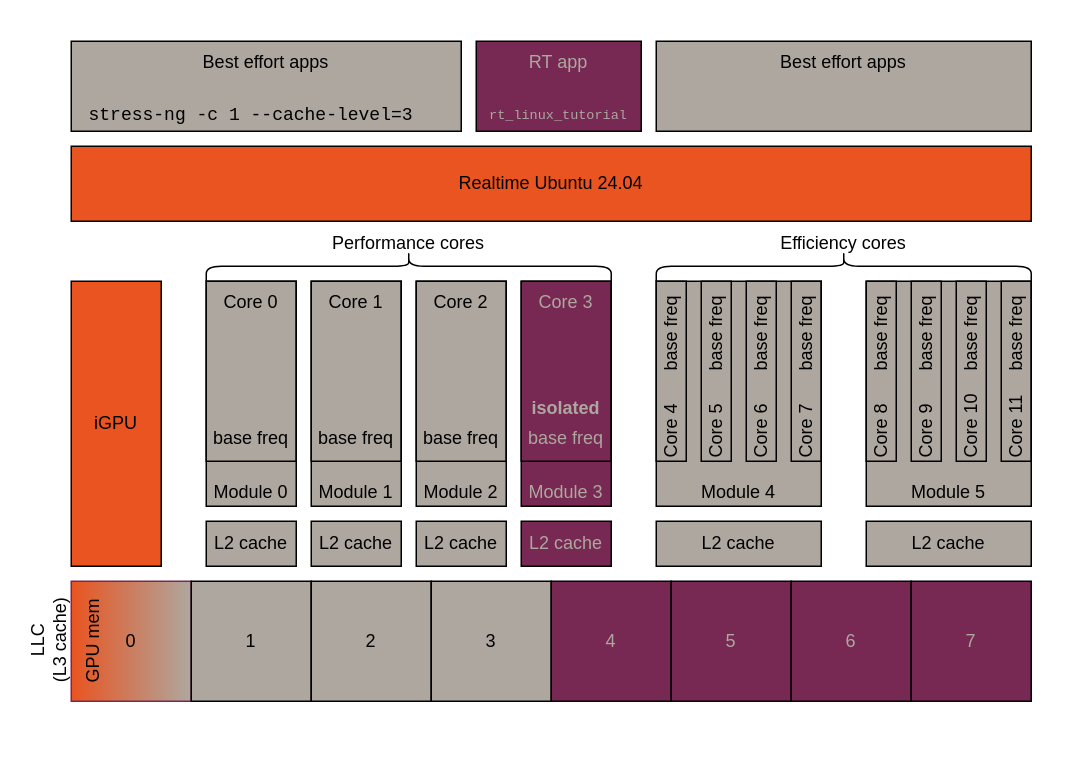
Before: docs/diagram_sources/tcc_setup_CAT_isol.drawio.xml in canonical/real-time-ubuntu-docs, a draw.io diagram. Source tidied: cells renumbered, new cells numbered last; positions are measured from the earlier drawing's top-left corner, leaving out a move shared by most shapes. Both pictures are drawn from the tidied source at 150%, with x=0, y=0 at pixel (26, 40).
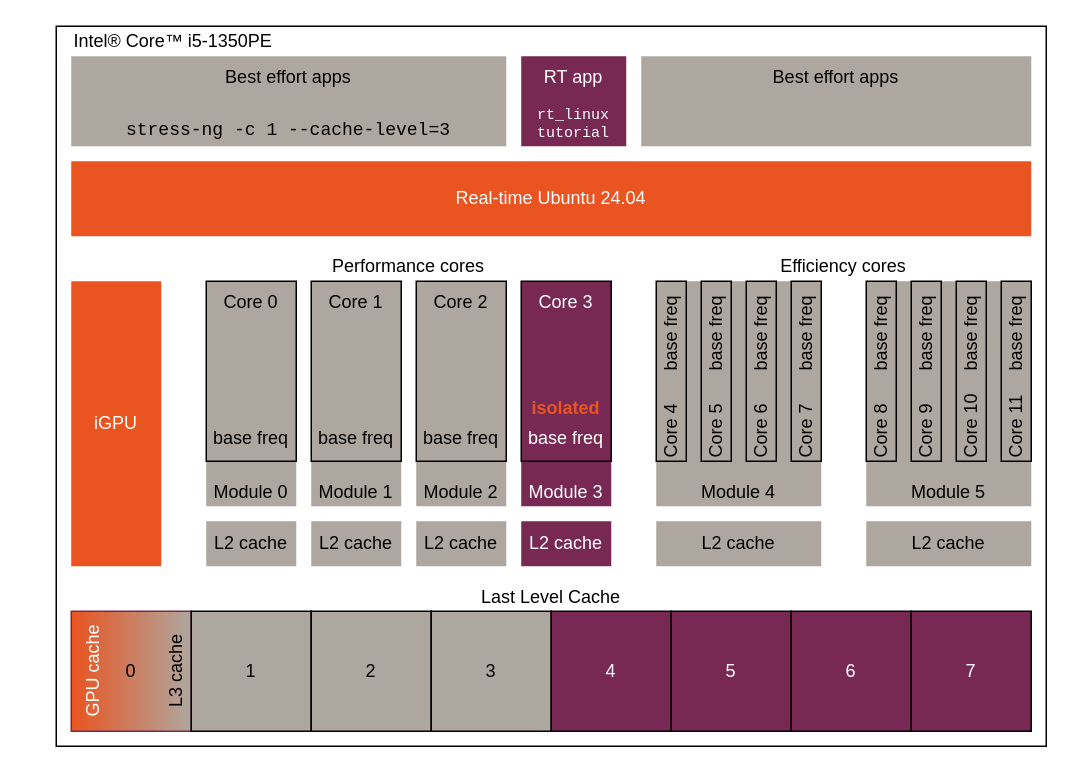
The same diagram, later.

Commit message (it also covers changes not shown here):
Update images to "Real-time Ubuntu"

The edit, as a diff of the source:
```diff
@@
+    <mxCell id="60" style="rounded=0;whiteSpace=wrap;html=1;" parent="1" vertex="1">
+      <mxGeometry x="20" y="-10" width="660" height="480" as="geometry" />
+    </mxCell>
-    <mxCell id="2" value="Module 2" style="rounded=0;whiteSpace=wrap;html=1;verticalAlign=bottom;fontFamily=Ubuntu;fillColor=#AEA79F;" parent="1" vertex="1">
+    <mxCell id="2" value="Module 2" style="rounded=0;whiteSpace=wrap;html=1;verticalAlign=bottom;fontFamily=Ubuntu;fillColor=#AEA79F;strokeColor=none;" parent="1" vertex="1">
       <mxGeometry x="260" y="160" width="60" height="150" as="geometry" />
     </mxCell>
-    <mxCell id="3" value="Module 1" style="rounded=0;whiteSpace=wrap;html=1;verticalAlign=bottom;fontFamily=Ubuntu;fillColor=#AEA79F;" parent="1" vertex="1">
+    <mxCell id="3" value="Module 1" style="rounded=0;whiteSpace=wrap;html=1;verticalAlign=bottom;fontFamily=Ubuntu;fillColor=#AEA79F;strokeColor=none;" parent="1" vertex="1">
       <mxGeometry x="190" y="160" width="60" height="150" as="geometry" />
     </mxCell>
-    <mxCell id="4" value="Module 0" style="rounded=0;whiteSpace=wrap;html=1;verticalAlign=bottom;fontFamily=Ubuntu;fillColor=#AEA79F;" parent="1" vertex="1">
+    <mxCell id="4" value="Module 0" style="rounded=0;whiteSpace=wrap;html=1;verticalAlign=bottom;fontFamily=Ubuntu;fillColor=#AEA79F;strokeColor=none;" parent="1" vertex="1">
       <mxGeometry x="120" y="160" width="60" height="150" as="geometry" />
     </mxCell>
-    <mxCell id="5" value="Module 3" style="rounded=0;whiteSpace=wrap;html=1;verticalAlign=bottom;fontFamily=Ubuntu;fillColor=#772953;fillStyle=solid;gradientColor=none;gradientDirection=east;fontColor=#AEA79F;" parent="1" vertex="1">
+    <mxCell id="5" value="Module 3" style="rounded=0;whiteSpace=wrap;html=1;verticalAlign=bottom;fontFamily=Ubuntu;fillColor=#772953;fillStyle=solid;gradientColor=none;gradientDirection=east;fontColor=#FFFFFF;strokeColor=none;" parent="1" vertex="1">
       <mxGeometry x="330" y="160" width="60" height="150" as="geometry" />
     </mxCell>
     <mxCell id="6" value="0" style="whiteSpace=wrap;html=1;fontFamily=Ubuntu;fillStyle=solid;fillColor=#AEA79F;gradientColor=#E95420;strokeColor=#772953;rounded=0;shadow=0;glass=0;gradientDirection=west;" parent="1" vertex="1">
-      <mxGeometry x="30" y="360" width="80" height="80" as="geometry" />
+      <mxGeometry x="30" y="380" width="80" height="80" as="geometry" />
     </mxCell>
     <mxCell id="7" value="1" style="whiteSpace=wrap;html=1;fontFamily=Ubuntu;fillColor=#AEA79F;" parent="1" vertex="1">
-      <mxGeometry x="110" y="360" width="80" height="80" as="geometry" />
+      <mxGeometry x="110" y="380" width="80" height="80" as="geometry" />
     </mxCell>
     <mxCell id="8" value="2" style="whiteSpace=wrap;html=1;fontFamily=Ubuntu;fillColor=#AEA79F;" parent="1" vertex="1">
-      <mxGeometry x="190" y="360" width="80" height="80" as="geometry" />
+      <mxGeometry x="190" y="380" width="80" height="80" as="geometry" />
     </mxCell>
     <mxCell id="9" value="3" style="whiteSpace=wrap;html=1;fontFamily=Ubuntu;fillColor=#AEA79F;" parent="1" vertex="1">
-      <mxGeometry x="270" y="360" width="80" height="80" as="geometry" />
+      <mxGeometry x="270" y="380" width="80" height="80" as="geometry" />
     </mxCell>
-    <mxCell id="10" value="4" style="whiteSpace=wrap;html=1;fontFamily=Ubuntu;fillColor=#772953;fontColor=#AEA79F;" parent="1" vertex="1">
-      <mxGeometry x="350" y="360" width="80" height="80" as="geometry" />
+    <mxCell id="10" value="4" style="whiteSpace=wrap;html=1;fontFamily=Ubuntu;fillColor=#772953;fontColor=#FFFFFF;" parent="1" vertex="1">
+      <mxGeometry x="350" y="380" width="80" height="80" as="geometry" />
     </mxCell>
-    <mxCell id="11" value="5" style="whiteSpace=wrap;html=1;fontFamily=Ubuntu;fillColor=#772953;fontColor=#AEA79F;" parent="1" vertex="1">
-      <mxGeometry x="430" y="360" width="80" height="80" as="geometry" />
+    <mxCell id="11" value="5" style="whiteSpace=wrap;html=1;fontFamily=Ubuntu;fillColor=#772953;fontColor=#FFFFFF;" parent="1" vertex="1">
+      <mxGeometry x="430" y="380" width="80" height="80" as="geometry" />
     </mxCell>
-    <mxCell id="12" value="6" style="whiteSpace=wrap;html=1;fontFamily=Ubuntu;fillColor=#772953;fontColor=#AEA79F;" parent="1" vertex="1">
-      <mxGeometry x="510" y="360" width="80" height="80" as="geometry" />
+    <mxCell id="12" value="6" style="whiteSpace=wrap;html=1;fontFamily=Ubuntu;fillColor=#772953;fontColor=#FFFFFF;" parent="1" vertex="1">
+      <mxGeometry x="510" y="380" width="80" height="80" as="geometry" />
     </mxCell>
-    <mxCell id="13" value="7" style="whiteSpace=wrap;html=1;fontFamily=Ubuntu;fillColor=#772953;fontColor=#AEA79F;" parent="1" vertex="1">
-      <mxGeometry x="590" y="360" width="80" height="80" as="geometry" />
+    <mxCell id="13" value="7" style="whiteSpace=wrap;html=1;fontFamily=Ubuntu;fillColor=#772953;fontColor=#FFFFFF;" parent="1" vertex="1">
+      <mxGeometry x="590" y="380" width="80" height="80" as="geometry" />
     </mxCell>
-    <mxCell id="14" value="iGPU" style="rounded=0;whiteSpace=wrap;html=1;fontFamily=Ubuntu;fillColor=#E95420;" parent="1" vertex="1">
+    <mxCell id="14" value="iGPU" style="rounded=0;whiteSpace=wrap;html=1;fontFamily=Ubuntu;fillColor=#E95420;strokeColor=none;fontColor=#FFFFFF;" parent="1" vertex="1">
       <mxGeometry x="30" y="160" width="60" height="190" as="geometry" />
     </mxCell>
@@
-    <mxCell id="18" value="Core 3" style="rounded=0;whiteSpace=wrap;html=1;fontFamily=Ubuntu;verticalAlign=top;fillColor=none;fillStyle=hatch;gradientDirection=east;strokeColor=default;fontColor=#AEA79F;" parent="1" vertex="1">
+    <mxCell id="18" value="Core 3" style="rounded=0;whiteSpace=wrap;html=1;fontFamily=Ubuntu;verticalAlign=top;fillColor=none;fillStyle=hatch;gradientDirection=east;strokeColor=default;fontColor=#FFFFFF;" parent="1" vertex="1">
       <mxGeometry x="330" y="160" width="60" height="120" as="geometry" />
     </mxCell>
-    <mxCell id="19" value="L2 cache" style="rounded=0;whiteSpace=wrap;html=1;fontFamily=Ubuntu;fillColor=#AEA79F;" parent="1" vertex="1">
-      <mxGeometry x="420" y="320" width="110" height="30" as="geometry" />
-    </mxCell>
-    <mxCell id="20" value="L2 cache" style="rounded=0;whiteSpace=wrap;html=1;fontFamily=Ubuntu;fillColor=#AEA79F;" parent="1" vertex="1">
-      <mxGeometry x="560" y="320" width="110" height="30" as="geometry" />
-    </mxCell>
+    <mxCell id="61" value="L2 cache" style="rounded=0;whiteSpace=wrap;html=1;fontFamily=Ubuntu;fillColor=#AEA79F;strokeColor=none;" parent="1" vertex="1">
+      <mxGeometry x="420" y="320" width="110" height="30" as="geometry" />
+    </mxCell>
+    <mxCell id="62" value="L2 cache" style="rounded=0;whiteSpace=wrap;html=1;fontFamily=Ubuntu;fillColor=#AEA79F;strokeColor=none;" parent="1" vertex="1">
+      <mxGeometry x="560" y="320" width="110" height="30" as="geometry" />
+    </mxCell>
-    <mxCell id="21" value="Module 4" style="rounded=0;whiteSpace=wrap;html=1;verticalAlign=bottom;fontFamily=Ubuntu;fillColor=#AEA79F;" parent="1" vertex="1">
+    <mxCell id="21" value="Module 4" style="rounded=0;whiteSpace=wrap;html=1;verticalAlign=bottom;fontFamily=Ubuntu;fillColor=#AEA79F;strokeColor=none;" parent="1" vertex="1">
       <mxGeometry x="420" y="160" width="110" height="150" as="geometry" />
     </mxCell>
-    <mxCell id="22" value="Module 5" style="rounded=0;whiteSpace=wrap;html=1;verticalAlign=bottom;fontFamily=Ubuntu;fillColor=#AEA79F;" parent="1" vertex="1">
+    <mxCell id="22" value="Module 5" style="rounded=0;whiteSpace=wrap;html=1;verticalAlign=bottom;fontFamily=Ubuntu;fillColor=#AEA79F;strokeColor=none;" parent="1" vertex="1">
       <mxGeometry x="560" y="160" width="110" height="150" as="geometry" />
     </mxCell>
@@
-    <mxCell id="31" value="L2 cache" style="rounded=0;whiteSpace=wrap;html=1;fontFamily=Ubuntu;fillColor=#AEA79F;" parent="1" vertex="1">
-      <mxGeometry x="120" y="320" width="60" height="30" as="geometry" />
-    </mxCell>
-    <mxCell id="32" value="L2 cache" style="rounded=0;whiteSpace=wrap;html=1;fontFamily=Ubuntu;fillColor=#AEA79F;" parent="1" vertex="1">
-      <mxGeometry x="190" y="320" width="60" height="30" as="geometry" />
-    </mxCell>
-    <mxCell id="33" value="L2 cache" style="rounded=0;whiteSpace=wrap;html=1;fontFamily=Ubuntu;fillColor=#AEA79F;" parent="1" vertex="1">
-      <mxGeometry x="260" y="320" width="60" height="30" as="geometry" />
-    </mxCell>
-    <mxCell id="34" value="L2 cache" style="rounded=0;whiteSpace=wrap;html=1;fontFamily=Ubuntu;fillColor=#772953;fillStyle=solid;strokeWidth=1;gradientColor=none;gradientDirection=east;fontColor=#AEA79F;" parent="1" vertex="1">
-      <mxGeometry x="330" y="320" width="60" height="30" as="geometry" />
-    </mxCell>
-    <mxCell id="35" value="LLC&lt;div&gt;(L3 cache)&lt;/div&gt;" style="text;html=1;align=center;verticalAlign=middle;whiteSpace=wrap;rounded=0;horizontal=0;fontFamily=Ubuntu;" parent="1" vertex="1">
-      <mxGeometry y="352.5" width="30" height="95" as="geometry" />
-    </mxCell>
-    <mxCell id="36" value="Realtime Ubuntu 24.04" style="rounded=0;whiteSpace=wrap;html=1;fontFamily=Ubuntu;verticalAlign=middle;fillColor=#E95420;" parent="1" vertex="1">
-      <mxGeometry x="30" y="70" width="640" height="50" as="geometry" />
-    </mxCell>
-    <mxCell id="37" value="Best effort apps" style="rounded=0;whiteSpace=wrap;html=1;fontFamily=Ubuntu;verticalAlign=top;fillColor=#AEA79F;" parent="1" vertex="1">
-      <mxGeometry x="30" width="260" height="60" as="geometry" />
-    </mxCell>
-    <mxCell id="38" value="Best effort apps" style="rounded=0;whiteSpace=wrap;html=1;fontFamily=Ubuntu;verticalAlign=top;fillColor=#AEA79F;" parent="1" vertex="1">
-      <mxGeometry x="420" width="250" height="60" as="geometry" />
-    </mxCell>
+    <mxCell id="63" value="L2 cache" style="rounded=0;whiteSpace=wrap;html=1;fontFamily=Ubuntu;fillColor=#AEA79F;strokeColor=none;" parent="1" vertex="1">
+      <mxGeometry x="120" y="320" width="60" height="30" as="geometry" />
+    </mxCell>
+    <mxCell id="64" value="L2 cache" style="rounded=0;whiteSpace=wrap;html=1;fontFamily=Ubuntu;fillColor=#AEA79F;strokeColor=none;" parent="1" vertex="1">
+      <mxGeometry x="190" y="320" width="60" height="30" as="geometry" />
+    </mxCell>
+    <mxCell id="65" value="L2 cache" style="rounded=0;whiteSpace=wrap;html=1;fontFamily=Ubuntu;fillColor=#AEA79F;strokeColor=none;" parent="1" vertex="1">
+      <mxGeometry x="260" y="320" width="60" height="30" as="geometry" />
+    </mxCell>
+    <mxCell id="66" value="L2 cache" style="rounded=0;whiteSpace=wrap;html=1;fontFamily=Ubuntu;fillColor=#772953;fillStyle=solid;strokeWidth=1;gradientColor=none;gradientDirection=east;fontColor=#FFFFFF;strokeColor=none;" parent="1" vertex="1">
+      <mxGeometry x="330" y="320" width="60" height="30" as="geometry" />
+    </mxCell>
+    <mxCell id="67" value="Last Level Cache" style="text;html=1;align=center;verticalAlign=middle;whiteSpace=wrap;rounded=0;horizontal=1;fontFamily=Ubuntu;" parent="1" vertex="1">
+      <mxGeometry x="30" y="362.5" width="640" height="17.5" as="geometry" />
+    </mxCell>
+    <mxCell id="68" value="Real-time Ubuntu 24.04" style="rounded=0;whiteSpace=wrap;html=1;fontFamily=Ubuntu;verticalAlign=middle;fillColor=#E95420;strokeColor=none;fontColor=#FFFFFF;" parent="1" vertex="1">
+      <mxGeometry x="30" y="80" width="640" height="50" as="geometry" />
+    </mxCell>
+    <mxCell id="69" value="Best effort apps" style="rounded=0;whiteSpace=wrap;html=1;fontFamily=Ubuntu;verticalAlign=top;fillColor=#AEA79F;strokeColor=none;" parent="1" vertex="1">
+      <mxGeometry x="30" y="10" width="290" height="60" as="geometry" />
+    </mxCell>
+    <mxCell id="70" value="Best effort apps" style="rounded=0;whiteSpace=wrap;html=1;fontFamily=Ubuntu;verticalAlign=top;fillColor=#AEA79F;strokeColor=none;" parent="1" vertex="1">
+      <mxGeometry x="410" y="10" width="260" height="60" as="geometry" />
+    </mxCell>
-    <mxCell id="39" value="RT app" style="rounded=0;whiteSpace=wrap;html=1;fontFamily=Ubuntu;verticalAlign=top;labelBackgroundColor=none;fillColor=#772953;fontColor=#AEA79F;" parent="1" vertex="1">
-      <mxGeometry x="300" width="110" height="60" as="geometry" />
+    <mxCell id="39" value="RT app" style="rounded=0;whiteSpace=wrap;html=1;fontFamily=Ubuntu;verticalAlign=top;labelBackgroundColor=none;fillColor=#772953;fontColor=#FFFFFF;strokeColor=none;" parent="1" vertex="1">
+      <mxGeometry x="330" y="10" width="70" height="60" as="geometry" />
     </mxCell>
-    <mxCell id="40" value="base freq" style="text;html=1;align=center;verticalAlign=middle;whiteSpace=wrap;rounded=0;fontFamily=Ubuntu;" parent="1" vertex="1">
-      <mxGeometry x="120" y="250" width="60" height="30" as="geometry" />
-    </mxCell>
-    <mxCell id="41" value="base freq" style="text;html=1;align=center;verticalAlign=middle;whiteSpace=wrap;rounded=0;fontFamily=Ubuntu;" parent="1" vertex="1">
-      <mxGeometry x="190" y="250" width="60" height="30" as="geometry" />
-    </mxCell>
-    <mxCell id="42" value="base freq" style="text;html=1;align=center;verticalAlign=middle;whiteSpace=wrap;rounded=0;fontFamily=Ubuntu;" parent="1" vertex="1">
-      <mxGeometry x="260" y="250" width="60" height="30" as="geometry" />
-    </mxCell>
-    <mxCell id="43" value="base freq" style="text;html=1;align=center;verticalAlign=middle;whiteSpace=wrap;rounded=0;fontFamily=Ubuntu;fontColor=#AEA79F;" parent="1" vertex="1">
-      <mxGeometry x="330" y="250" width="60" height="30" as="geometry" />
-    </mxCell>
-    <mxCell id="44" value="base freq" style="text;html=1;align=center;verticalAlign=middle;whiteSpace=wrap;rounded=0;horizontal=0;fontFamily=Ubuntu;" parent="1" vertex="1">
-      <mxGeometry x="420" y="160" width="20" height="70" as="geometry" />
-    </mxCell>
-    <mxCell id="45" value="base freq" style="text;html=1;align=center;verticalAlign=middle;whiteSpace=wrap;rounded=0;horizontal=0;fontFamily=Ubuntu;" parent="1" vertex="1">
-      <mxGeometry x="450" y="160" width="20" height="70" as="geometry" />
-    </mxCell>
-    <mxCell id="46" value="base freq" style="text;html=1;align=center;verticalAlign=middle;whiteSpace=wrap;rounded=0;horizontal=0;fontFamily=Ubuntu;" parent="1" vertex="1">
-      <mxGeometry x="480" y="160" width="20" height="70" as="geometry" />
-    </mxCell>
-    <mxCell id="47" value="base freq" style="text;html=1;align=center;verticalAlign=middle;whiteSpace=wrap;rounded=0;horizontal=0;fontFamily=Ubuntu;" parent="1" vertex="1">
-      <mxGeometry x="510" y="160" width="20" height="70" as="geometry" />
-    </mxCell>
-    <mxCell id="48" value="base freq" style="text;html=1;align=center;verticalAlign=middle;whiteSpace=wrap;rounded=0;horizontal=0;fontFamily=Ubuntu;" parent="1" vertex="1">
-      <mxGeometry x="560" y="160" width="20" height="70" as="geometry" />
-    </mxCell>
-    <mxCell id="49" value="base freq" style="text;html=1;align=center;verticalAlign=middle;whiteSpace=wrap;rounded=0;horizontal=0;fontFamily=Ubuntu;" parent="1" vertex="1">
-      <mxGeometry x="590" y="160" width="20" height="70" as="geometry" />
-    </mxCell>
-    <mxCell id="50" value="base freq" style="text;html=1;align=center;verticalAlign=middle;whiteSpace=wrap;rounded=0;horizontal=0;fontFamily=Ubuntu;" parent="1" vertex="1">
-      <mxGeometry x="620" y="160" width="20" height="70" as="geometry" />
-    </mxCell>
-    <mxCell id="51" value="base freq" style="text;html=1;align=center;verticalAlign=middle;whiteSpace=wrap;rounded=0;horizontal=0;fontFamily=Ubuntu;" parent="1" vertex="1">
-      <mxGeometry x="650" y="160" width="20" height="70" as="geometry" />
-    </mxCell>
+    <mxCell id="71" value="base freq" style="text;html=1;align=center;verticalAlign=middle;whiteSpace=wrap;rounded=0;fontFamily=Ubuntu;" parent="1" vertex="1">
+      <mxGeometry x="120" y="250" width="60" height="30" as="geometry" />
+    </mxCell>
+    <mxCell id="72" value="base freq" style="text;html=1;align=center;verticalAlign=middle;whiteSpace=wrap;rounded=0;fontFamily=Ubuntu;" parent="1" vertex="1">
+      <mxGeometry x="190" y="250" width="60" height="30" as="geometry" />
+    </mxCell>
+    <mxCell id="73" value="base freq" style="text;html=1;align=center;verticalAlign=middle;whiteSpace=wrap;rounded=0;fontFamily=Ubuntu;" parent="1" vertex="1">
+      <mxGeometry x="260" y="250" width="60" height="30" as="geometry" />
+    </mxCell>
+    <mxCell id="74" value="base freq" style="text;html=1;align=center;verticalAlign=middle;whiteSpace=wrap;rounded=0;horizontal=0;fontFamily=Ubuntu;" parent="1" vertex="1">
+      <mxGeometry x="420" y="160" width="20" height="70" as="geometry" />
+    </mxCell>
+    <mxCell id="75" value="base freq" style="text;html=1;align=center;verticalAlign=middle;whiteSpace=wrap;rounded=0;horizontal=0;fontFamily=Ubuntu;" parent="1" vertex="1">
+      <mxGeometry x="450" y="160" width="20" height="70" as="geometry" />
+    </mxCell>
+    <mxCell id="76" value="base freq" style="text;html=1;align=center;verticalAlign=middle;whiteSpace=wrap;rounded=0;horizontal=0;fontFamily=Ubuntu;" parent="1" vertex="1">
+      <mxGeometry x="480" y="160" width="20" height="70" as="geometry" />
+    </mxCell>
+    <mxCell id="77" value="base freq" style="text;html=1;align=center;verticalAlign=middle;whiteSpace=wrap;rounded=0;horizontal=0;fontFamily=Ubuntu;" parent="1" vertex="1">
+      <mxGeometry x="510" y="160" width="20" height="70" as="geometry" />
+    </mxCell>
+    <mxCell id="78" value="base freq" style="text;html=1;align=center;verticalAlign=middle;whiteSpace=wrap;rounded=0;horizontal=0;fontFamily=Ubuntu;" parent="1" vertex="1">
+      <mxGeometry x="560" y="160" width="20" height="70" as="geometry" />
+    </mxCell>
+    <mxCell id="79" value="base freq" style="text;html=1;align=center;verticalAlign=middle;whiteSpace=wrap;rounded=0;horizontal=0;fontFamily=Ubuntu;" parent="1" vertex="1">
+      <mxGeometry x="590" y="160" width="20" height="70" as="geometry" />
+    </mxCell>
+    <mxCell id="80" value="base freq" style="text;html=1;align=center;verticalAlign=middle;whiteSpace=wrap;rounded=0;horizontal=0;fontFamily=Ubuntu;" parent="1" vertex="1">
+      <mxGeometry x="620" y="160" width="20" height="70" as="geometry" />
+    </mxCell>
+    <mxCell id="81" value="base freq" style="text;html=1;align=center;verticalAlign=middle;whiteSpace=wrap;rounded=0;horizontal=0;fontFamily=Ubuntu;" parent="1" vertex="1">
+      <mxGeometry x="650" y="160" width="20" height="70" as="geometry" />
+    </mxCell>
-    <mxCell id="52" value="stress-ng -c 1 --cache-level=3" style="text;html=1;align=left;verticalAlign=middle;whiteSpace=wrap;rounded=0;fontFamily=Courier New;" parent="1" vertex="1">
-      <mxGeometry x="40" y="40" width="280" height="20" as="geometry" />
+    <mxCell id="52" value="stress-ng -c 1 --cache-level=3" style="text;html=1;align=center;verticalAlign=middle;whiteSpace=wrap;rounded=0;fontFamily=Courier New;" parent="1" vertex="1">
+      <mxGeometry x="30" y="50" width="290" height="20" as="geometry" />
     </mxCell>
-    <mxCell id="53" value="rt_linux_tutorial" style="text;html=1;align=center;verticalAlign=middle;whiteSpace=wrap;rounded=0;fontFamily=Courier New;fontSize=9;fontColor=#AEA79F;" parent="1" vertex="1">
-      <mxGeometry x="300" y="40" width="110" height="20" as="geometry" />
-    </mxCell>
-    <mxCell id="54" style="shape=curlyBracket;whiteSpace=wrap;html=1;rounded=1;labelPosition=left;verticalLabelPosition=middle;align=right;verticalAlign=middle;rotation=90;fontFamily=Ubuntu;" parent="1" vertex="1">
-      <mxGeometry x="245" y="15" width="20" height="270" as="geometry" />
-    </mxCell>
+    <mxCell id="82" value="rt_linux&lt;div&gt;tutorial&lt;/div&gt;" style="text;html=1;align=center;verticalAlign=middle;whiteSpace=wrap;rounded=0;fontFamily=Courier New;fontSize=10;fontColor=#FFFFFF;" parent="1" vertex="1">
+      <mxGeometry x="330" y="40" width="70" height="30" as="geometry" />
+    </mxCell>
     <mxCell id="55" value="Performance cores" style="text;html=1;align=center;verticalAlign=middle;whiteSpace=wrap;rounded=0;fontFamily=Ubuntu;" parent="1" vertex="1">
-      <mxGeometry x="120" y="120" width="270" height="30" as="geometry" />
+      <mxGeometry x="120" y="140" width="270" height="20" as="geometry" />
     </mxCell>
-    <mxCell id="56" style="shape=curlyBracket;whiteSpace=wrap;html=1;rounded=1;labelPosition=left;verticalLabelPosition=middle;align=right;verticalAlign=middle;rotation=90;fontFamily=Ubuntu;" parent="1" vertex="1">
-      <mxGeometry x="535" y="25" width="20" height="250" as="geometry" />
-    </mxCell>
     <mxCell id="57" value="Efficiency cores" style="text;html=1;align=center;verticalAlign=middle;whiteSpace=wrap;rounded=0;fontFamily=Ubuntu;" parent="1" vertex="1">
-      <mxGeometry x="420" y="120" width="250" height="30" as="geometry" />
+      <mxGeometry x="420" y="140" width="250" height="20" as="geometry" />
     </mxCell>
+    <mxCell id="83" value="GPU cache" style="text;html=1;align=center;verticalAlign=middle;whiteSpace=wrap;rounded=0;horizontal=0;fontFamily=Ubuntu;fontColor=#FFFFFF;" parent="1" vertex="1">
+      <mxGeometry x="30" y="380" width="30" height="80" as="geometry" />
+    </mxCell>
+    <mxCell id="84" value="L3 cache" style="text;html=1;align=center;verticalAlign=middle;whiteSpace=wrap;rounded=0;horizontal=0;fontFamily=Ubuntu;" parent="1" vertex="1">
+      <mxGeometry x="90" y="380" width="20" height="80" as="geometry" />
+    </mxCell>
+    <mxCell id="85" value="Intel® Core™ i5-1350PE" style="text;html=1;align=left;verticalAlign=middle;whiteSpace=wrap;rounded=0;fontFamily=Ubuntu;" parent="1" vertex="1">
+      <mxGeometry x="30" y="-10" width="150" height="20" as="geometry" />
+    </mxCell>
+    <mxCell id="86" value="base freq" style="text;html=1;align=center;verticalAlign=middle;whiteSpace=wrap;rounded=0;fontFamily=Ubuntu;fontColor=#FFFFFF;" parent="1" vertex="1">
+      <mxGeometry x="330" y="250" width="60" height="30" as="geometry" />
+    </mxCell>
-    <mxCell id="58" value="isolated" style="text;html=1;align=center;verticalAlign=middle;whiteSpace=wrap;rounded=0;fontFamily=Ubuntu;fontStyle=1;fontColor=#AEA79F;" parent="1" vertex="1">
+    <mxCell id="58" value="&lt;b&gt;isolated&lt;/b&gt;" style="text;html=1;align=center;verticalAlign=middle;whiteSpace=wrap;rounded=0;fontFamily=Ubuntu;fontColor=#E95420;" parent="1" vertex="1">
       <mxGeometry x="330" y="230" width="60" height="30" as="geometry" />
     </mxCell>
-    <mxCell id="59" value="GPU mem" style="text;html=1;align=center;verticalAlign=middle;whiteSpace=wrap;rounded=0;horizontal=0;fontFamily=Ubuntu;" parent="1" vertex="1">
-      <mxGeometry x="30" y="360" width="30" height="80" as="geometry" />
-    </mxCell>
```
